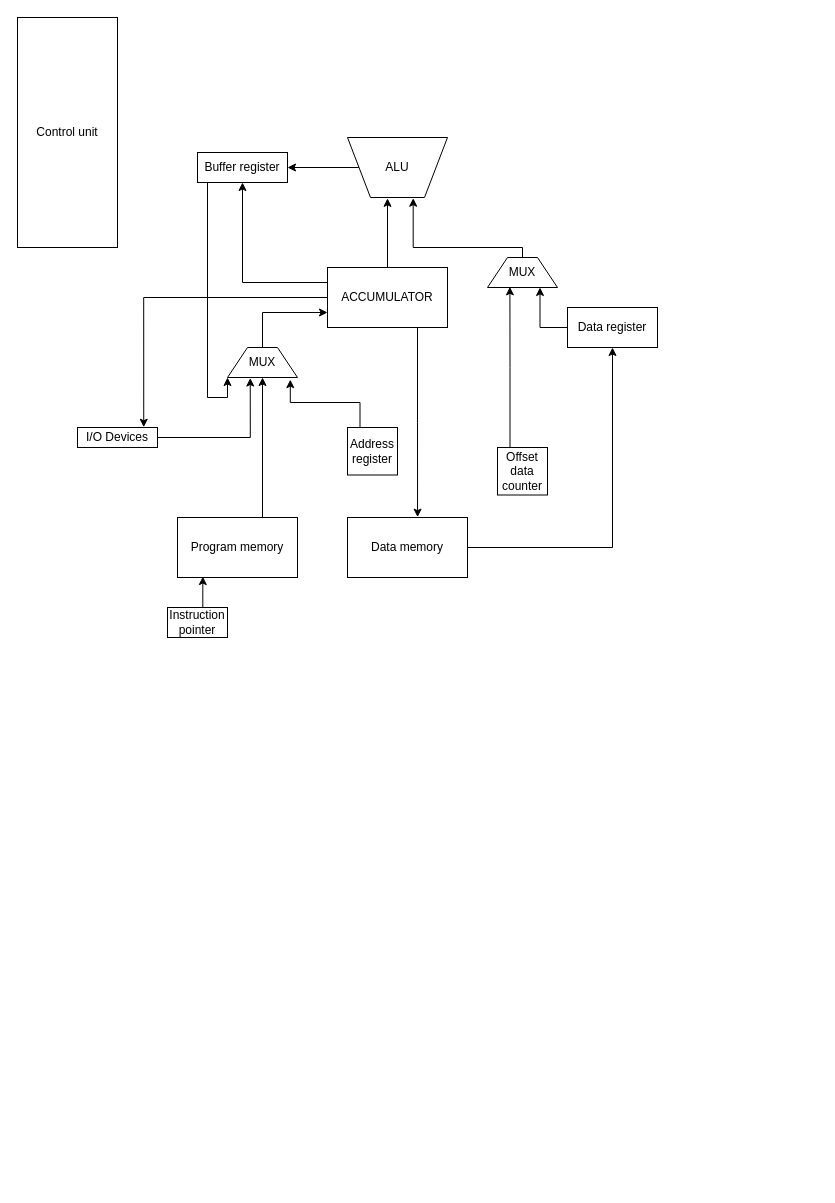
Before: DataPathModel.drawio in lubitelkvokk/csa_lab3, a draw.io diagram. Source tidied: cells renumbered, new cells numbered last; positions are measured from the earlier drawing's top-left corner, leaving out a move shared by most shapes. Both pictures are drawn from the tidied source at 100%, with x=0, y=0 at pixel (17, 17).
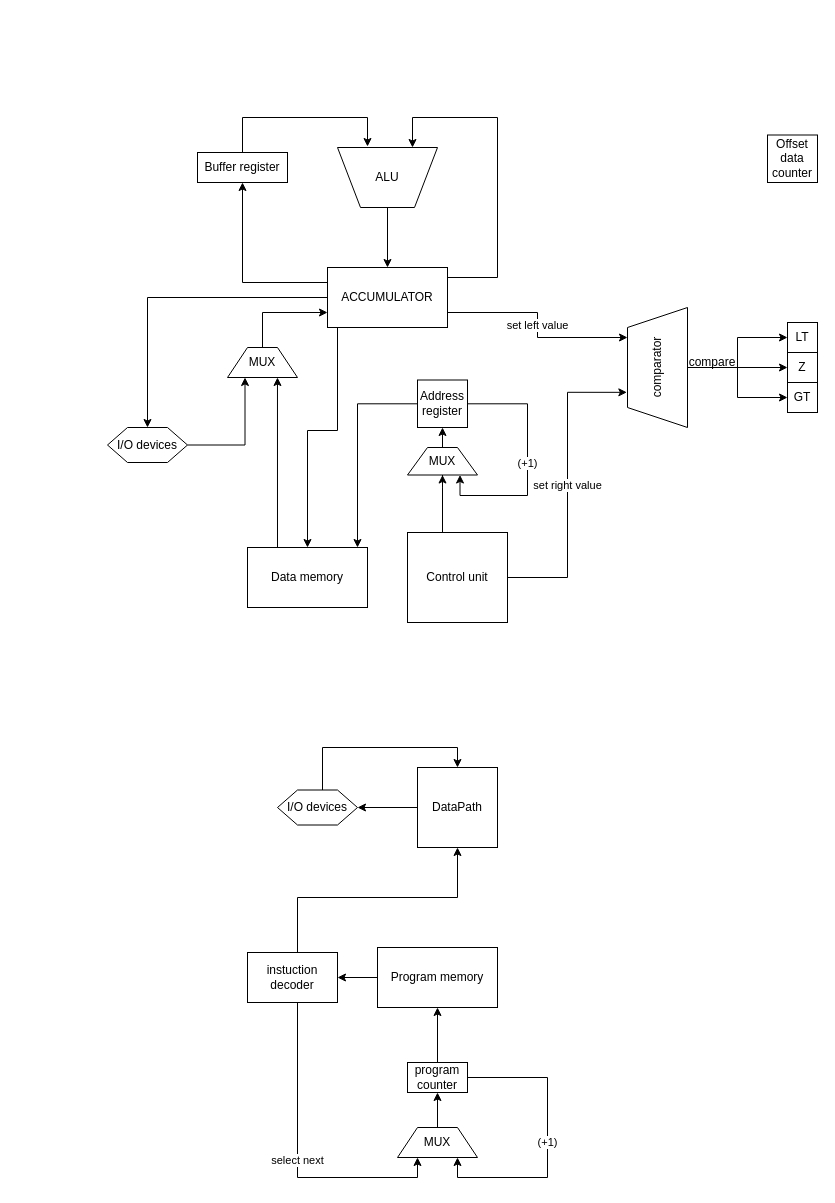
The same diagram, later.

Commit message (it also covers changes not shown here):
start of fully describing sequention latchings

Unchanged cells that the change refers to:
```xml
<mxCell id="3" value="ACCUMULATOR" style="rounded=0;whiteSpace=wrap;html=1;" parent="1" vertex="1">
  <mxGeometry x="310" y="250" width="120" height="60" as="geometry" />
</mxCell>
<mxCell id="14" value="MUX" style="shape=trapezoid;perimeter=trapezoidPerimeter;whiteSpace=wrap;html=1;fixedSize=1;" parent="1" vertex="1">
  <mxGeometry x="210" y="330" width="70" height="30" as="geometry" />
</mxCell>
<mxCell id="17" value="Buffer register" style="rounded=0;whiteSpace=wrap;html=1;" parent="1" vertex="1">
  <mxGeometry x="180" y="135" width="90" height="30" as="geometry" />
</mxCell>
```

Change to the diagram source:
```diff
@@
+    <mxCell id="22" style="edgeStyle=orthogonalEdgeStyle;rounded=0;jettySize=auto;html=1;entryX=0.75;entryY=0;entryDx=0;entryDy=0;" parent="1" edge="1" source="3" target="6">
+      <mxGeometry relative="1" as="geometry">
+        <Array as="points">
+          <mxPoint x="480" y="260" />
+          <mxPoint x="480" y="100" />
+          <mxPoint x="395" y="100" />
+        </Array>
+      </mxGeometry>
+    </mxCell>
+    <mxCell id="30" value="set left value" style="edgeStyle=orthogonalEdgeStyle;rounded=0;jettySize=auto;html=1;exitX=1;exitY=0.75;exitDx=0;exitDy=0;entryX=0.75;entryY=0;entryDx=0;entryDy=0;" parent="1" edge="1" source="3" target="56">
+      <mxGeometry relative="1" as="geometry" />
+    </mxCell>
+    <mxCell id="31" style="edgeStyle=orthogonalEdgeStyle;rounded=0;jettySize=auto;html=1;entryX=0.5;entryY=0;entryDx=0;entryDy=0;" parent="1" edge="1" source="3" target="62">
+      <mxGeometry relative="1" as="geometry" />
+    </mxCell>
@@
+    <mxCell id="32" value="(+1)" style="edgeStyle=orthogonalEdgeStyle;rounded=0;jettySize=auto;html=1;entryX=0.75;entryY=1;entryDx=0;entryDy=0;" parent="1" edge="1" source="4" target="41">
+      <mxGeometry relative="1" as="geometry">
+        <Array as="points">
+          <mxPoint x="530" y="1060" />
+          <mxPoint x="530" y="1160" />
+          <mxPoint x="440" y="1160" />
+        </Array>
+      </mxGeometry>
+    </mxCell>
+    <mxCell id="18" style="edgeStyle=orthogonalEdgeStyle;rounded=0;jettySize=auto;html=1;entryX=0.5;entryY=1;entryDx=0;entryDy=0;" parent="1" edge="1" source="4" target="8">
+      <mxGeometry relative="1" as="geometry" />
+    </mxCell>
-    <mxCell id="4" value="Instruction pointer" style="rounded=0;whiteSpace=wrap;html=1;" parent="1" vertex="1">
-      <mxGeometry x="150" y="590" width="60" height="30" as="geometry" />
+    <mxCell id="4" value="program counter" style="rounded=0;whiteSpace=wrap;html=1;" parent="1" vertex="1">
+      <mxGeometry x="390" y="1045" width="60" height="30" as="geometry" />
     </mxCell>
-    <mxCell id="5" style="edgeStyle=orthogonalEdgeStyle;rounded=0;jettySize=auto;html=1;exitX=0;exitY=0.5;exitDx=0;exitDy=0;entryX=1;entryY=0.5;entryDx=0;entryDy=0;" parent="1" edge="1" source="6" target="17">
-      <mxGeometry relative="1" as="geometry" />
-    </mxCell>
+    <mxCell id="33" style="edgeStyle=orthogonalEdgeStyle;rounded=0;jettySize=auto;html=1;entryX=0.5;entryY=0;entryDx=0;entryDy=0;" parent="1" edge="1" source="6" target="3">
+      <mxGeometry relative="1" as="geometry" />
+    </mxCell>
     <mxCell id="6" value="ALU" style="verticalLabelPosition=middle;verticalAlign=middle;html=1;shape=trapezoid;perimeter=trapezoidPerimeter;whiteSpace=wrap;size=0.23;arcSize=10;flipV=1;labelPosition=center;align=center;" parent="1" vertex="1">
-      <mxGeometry x="330" y="120" width="100" height="60" as="geometry" />
+      <mxGeometry x="320" y="130" width="100" height="60" as="geometry" />
     </mxCell>
-    <mxCell id="7" style="edgeStyle=orthogonalEdgeStyle;rounded=0;jettySize=auto;html=1;exitX=0.75;exitY=0;exitDx=0;exitDy=0;entryX=0.5;entryY=1;entryDx=0;entryDy=0;" parent="1" edge="1" source="8" target="14">
-      <mxGeometry relative="1" as="geometry">
-        <Array as="points">
-          <mxPoint x="245" y="500" />
-        </Array>
-      </mxGeometry>
-    </mxCell>
+    <mxCell id="34" style="edgeStyle=orthogonalEdgeStyle;rounded=0;jettySize=auto;html=1;entryX=1;entryY=0.5;entryDx=0;entryDy=0;" parent="1" edge="1" source="8" target="44">
+      <mxGeometry relative="1" as="geometry" />
+    </mxCell>
     <mxCell id="8" value="Program memory" style="rounded=0;whiteSpace=wrap;html=1;" parent="1" vertex="1">
-      <mxGeometry x="160" y="500" width="120" height="60" as="geometry" />
+      <mxGeometry x="360" y="930" width="120" height="60" as="geometry" />
     </mxCell>
-    <mxCell id="9" style="edgeStyle=orthogonalEdgeStyle;rounded=0;jettySize=auto;html=1;exitX=1;exitY=0.5;exitDx=0;exitDy=0;entryX=0.5;entryY=1;entryDx=0;entryDy=0;" parent="1" edge="1" source="10" target="25">
-      <mxGeometry relative="1" as="geometry" />
-    </mxCell>
     <mxCell id="10" value="Data memory" style="rounded=0;whiteSpace=wrap;html=1;" parent="1" vertex="1">
-      <mxGeometry x="330" y="500" width="120" height="60" as="geometry" />
+      <mxGeometry x="230" y="530" width="120" height="60" as="geometry" />
     </mxCell>
-    <mxCell id="11" value="I/O Devices" style="rounded=0;whiteSpace=wrap;html=1;" parent="1" vertex="1">
-      <mxGeometry x="60" y="410" width="80" height="20" as="geometry" />
-    </mxCell>
+    <mxCell id="35" style="edgeStyle=orthogonalEdgeStyle;rounded=0;jettySize=auto;html=1;entryX=0.5;entryY=1;entryDx=0;entryDy=0;" parent="1" edge="1" source="51" target="21">
+      <mxGeometry relative="1" as="geometry">
+        <Array as="points">
+          <mxPoint x="425" y="470" />
+        </Array>
+      </mxGeometry>
+    </mxCell>
     <mxCell id="12" value="Control unit" style="rounded=0;whiteSpace=wrap;html=1;" parent="1" vertex="1">
-      <mxGeometry width="100" height="230" as="geometry" />
+      <mxGeometry x="390" y="515" width="100" height="90" as="geometry" />
     </mxCell>
@@
-    <mxCell id="15" style="edgeStyle=orthogonalEdgeStyle;rounded=0;jettySize=auto;html=1;exitX=1;exitY=0.5;exitDx=0;exitDy=0;entryX=0.325;entryY=1.017;entryDx=0;entryDy=0;entryPerimeter=0;" parent="1" edge="1" source="11" target="14">
-      <mxGeometry relative="1" as="geometry" />
-    </mxCell>
-    <mxCell id="16" style="edgeStyle=orthogonalEdgeStyle;rounded=0;jettySize=auto;html=1;exitX=0.25;exitY=1;exitDx=0;exitDy=0;entryX=0;entryY=1;entryDx=0;entryDy=0;" parent="1" edge="1" source="17" target="14">
-      <mxGeometry relative="1" as="geometry">
-        <Array as="points">
-          <mxPoint x="190" y="165" />
-          <mxPoint x="190" y="380" />
-          <mxPoint x="210" y="380" />
-        </Array>
-      </mxGeometry>
-    </mxCell>
@@
-    <mxCell id="18" style="edgeStyle=orthogonalEdgeStyle;rounded=0;jettySize=auto;html=1;exitX=0.5;exitY=0;exitDx=0;exitDy=0;entryX=0.211;entryY=0.984;entryDx=0;entryDy=0;entryPerimeter=0;" parent="1" edge="1" source="4" target="8">
-      <mxGeometry relative="1" as="geometry" />
-    </mxCell>
     <mxCell id="19" value="Offset data counter" style="rounded=0;whiteSpace=wrap;html=1;" parent="1" vertex="1">
-      <mxGeometry x="480" y="430" width="50" height="47.5" as="geometry" />
+      <mxGeometry x="750" y="117.5" width="50" height="47.5" as="geometry" />
     </mxCell>
-    <mxCell id="20" style="edgeStyle=orthogonalEdgeStyle;rounded=0;jettySize=auto;html=1;entryX=0.828;entryY=-0.014;entryDx=0;entryDy=0;entryPerimeter=0;" parent="1" edge="1" source="3" target="11">
-      <mxGeometry relative="1" as="geometry" />
-    </mxCell>
+    <mxCell id="36" style="edgeStyle=orthogonalEdgeStyle;rounded=0;jettySize=auto;html=1;" parent="1" edge="1" source="21" target="10">
+      <mxGeometry relative="1" as="geometry">
+        <Array as="points">
+          <mxPoint x="340" y="386" />
+        </Array>
+      </mxGeometry>
+    </mxCell>
+    <mxCell id="37" value="(+1)" style="edgeStyle=orthogonalEdgeStyle;rounded=0;jettySize=auto;html=1;entryX=0.75;entryY=1;entryDx=0;entryDy=0;" parent="1" edge="1" source="21" target="51">
+      <mxGeometry relative="1" as="geometry">
+        <Array as="points">
+          <mxPoint x="510" y="386" />
+          <mxPoint x="510" y="478" />
+          <mxPoint x="442" y="478" />
+        </Array>
+      </mxGeometry>
+    </mxCell>
     <mxCell id="21" value="Address register" style="rounded=0;whiteSpace=wrap;html=1;" parent="1" vertex="1">
-      <mxGeometry x="330" y="410" width="50" height="47.5" as="geometry" />
+      <mxGeometry x="400" y="362.5" width="50" height="47.5" as="geometry" />
     </mxCell>
-    <mxCell id="22" style="edgeStyle=orthogonalEdgeStyle;rounded=0;jettySize=auto;html=1;entryX=0.4;entryY=-0.014;entryDx=0;entryDy=0;entryPerimeter=0;" parent="1" edge="1" source="3" target="6">
-      <mxGeometry relative="1" as="geometry" />
-    </mxCell>
-    <mxCell id="23" value="MUX" style="shape=trapezoid;perimeter=trapezoidPerimeter;whiteSpace=wrap;html=1;fixedSize=1;" parent="1" vertex="1">
-      <mxGeometry x="470" y="240" width="70" height="30" as="geometry" />
-    </mxCell>
-    <mxCell id="24" style="edgeStyle=orthogonalEdgeStyle;rounded=0;jettySize=auto;html=1;exitX=0;exitY=0.5;exitDx=0;exitDy=0;entryX=0.75;entryY=1;entryDx=0;entryDy=0;" parent="1" edge="1" source="25" target="23">
-      <mxGeometry relative="1" as="geometry" />
-    </mxCell>
-    <mxCell id="25" value="Data register" style="rounded=0;whiteSpace=wrap;html=1;" parent="1" vertex="1">
-      <mxGeometry x="550" y="290" width="90" height="40" as="geometry" />
-    </mxCell>
-    <mxCell id="26" style="edgeStyle=orthogonalEdgeStyle;rounded=0;jettySize=auto;html=1;exitX=0.25;exitY=0;exitDx=0;exitDy=0;entryX=0.32;entryY=0.979;entryDx=0;entryDy=0;entryPerimeter=0;" parent="1" edge="1" source="19" target="23">
-      <mxGeometry relative="1" as="geometry" />
-    </mxCell>
-    <mxCell id="27" style="edgeStyle=orthogonalEdgeStyle;rounded=0;jettySize=auto;html=1;exitX=0.25;exitY=0;exitDx=0;exitDy=0;entryX=0.897;entryY=1.072;entryDx=0;entryDy=0;entryPerimeter=0;" parent="1" edge="1" source="21" target="14">
-      <mxGeometry relative="1" as="geometry" />
-    </mxCell>
-    <mxCell id="28" style="edgeStyle=orthogonalEdgeStyle;rounded=0;jettySize=auto;html=1;exitX=0.75;exitY=1;exitDx=0;exitDy=0;entryX=0.584;entryY=-0.006;entryDx=0;entryDy=0;entryPerimeter=0;" parent="1" edge="1" source="3" target="10">
-      <mxGeometry relative="1" as="geometry" />
+    <mxCell id="28" style="edgeStyle=orthogonalEdgeStyle;rounded=0;jettySize=auto;html=1;exitX=0.75;exitY=1;exitDx=0;exitDy=0;" parent="1" edge="1" source="3">
+      <mxGeometry relative="1" as="geometry">
+        <mxPoint x="290" y="530" as="targetPoint" />
+        <Array as="points">
+          <mxPoint x="320" y="310" />
+          <mxPoint x="320" y="413" />
+          <mxPoint x="290" y="413" />
+          <mxPoint x="290" y="530" />
+        </Array>
+      </mxGeometry>
     </mxCell>
-    <mxCell id="29" style="edgeStyle=orthogonalEdgeStyle;rounded=0;jettySize=auto;html=1;entryX=0.657;entryY=-0.012;entryDx=0;entryDy=0;entryPerimeter=0;" parent="1" edge="1" source="23" target="6">
-      <mxGeometry relative="1" as="geometry">
-        <Array as="points">
-          <mxPoint x="505" y="230" />
-          <mxPoint x="396" y="230" />
-        </Array>
-      </mxGeometry>
-    </mxCell>
+    <mxCell id="38" style="edgeStyle=orthogonalEdgeStyle;rounded=0;jettySize=auto;html=1;entryX=1;entryY=0.5;entryDx=0;entryDy=0;" parent="1" edge="1" source="39" target="46">
+      <mxGeometry relative="1" as="geometry" />
+    </mxCell>
+    <mxCell id="39" value="DataPath" style="whiteSpace=wrap;html=1;" parent="1" vertex="1">
+      <mxGeometry x="400" y="750" width="80" height="80" as="geometry" />
+    </mxCell>
+    <mxCell id="40" style="edgeStyle=orthogonalEdgeStyle;rounded=0;jettySize=auto;html=1;entryX=0.5;entryY=1;entryDx=0;entryDy=0;" parent="1" edge="1" source="41" target="4">
+      <mxGeometry relative="1" as="geometry" />
+    </mxCell>
+    <mxCell id="41" value="MUX" style="shape=trapezoid;perimeter=trapezoidPerimeter;whiteSpace=wrap;html=1;fixedSize=1;" parent="1" vertex="1">
+      <mxGeometry x="380" y="1110" width="80" height="30" as="geometry" />
+    </mxCell>
+    <mxCell id="42" style="edgeStyle=orthogonalEdgeStyle;rounded=0;jettySize=auto;html=1;entryX=0.5;entryY=1;entryDx=0;entryDy=0;" parent="1" edge="1" source="44" target="39">
+      <mxGeometry relative="1" as="geometry">
+        <Array as="points">
+          <mxPoint x="280" y="880" />
+          <mxPoint x="440" y="880" />
+        </Array>
+      </mxGeometry>
+    </mxCell>
+    <mxCell id="43" value="select next" style="edgeStyle=orthogonalEdgeStyle;rounded=0;jettySize=auto;html=1;entryX=0.25;entryY=1;entryDx=0;entryDy=0;" parent="1" edge="1" source="44" target="41">
+      <mxGeometry relative="1" as="geometry">
+        <Array as="points">
+          <mxPoint x="280" y="1160" />
+          <mxPoint x="400" y="1160" />
+        </Array>
+      </mxGeometry>
+    </mxCell>
+    <mxCell id="44" value="instuction decoder" style="rounded=0;whiteSpace=wrap;html=1;" parent="1" vertex="1">
+      <mxGeometry x="230" y="935" width="90" height="50" as="geometry" />
+    </mxCell>
+    <mxCell id="45" style="edgeStyle=orthogonalEdgeStyle;rounded=0;jettySize=auto;html=1;entryX=0.5;entryY=0;entryDx=0;entryDy=0;" parent="1" edge="1" source="46" target="39">
+      <mxGeometry relative="1" as="geometry">
+        <Array as="points">
+          <mxPoint x="305" y="730" />
+          <mxPoint x="440" y="730" />
+        </Array>
+      </mxGeometry>
+    </mxCell>
+    <mxCell id="46" value="I/O devices" style="shape=hexagon;perimeter=hexagonPerimeter2;whiteSpace=wrap;html=1;fixedSize=1;" parent="1" vertex="1">
+      <mxGeometry x="260" y="772.5" width="80" height="35" as="geometry" />
+    </mxCell>
+    <mxCell id="47" style="edgeStyle=orthogonalEdgeStyle;rounded=0;orthogonalLoop=1;jettySize=auto;html=1;exitX=0.5;exitY=1;exitDx=0;exitDy=0;" parent="1" edge="1" source="12" target="12">
+      <mxGeometry relative="1" as="geometry" />
+    </mxCell>
+    <mxCell id="48" style="edgeStyle=orthogonalEdgeStyle;rounded=0;jettySize=auto;html=1;" parent="1" edge="1" source="17">
+      <mxGeometry relative="1" as="geometry">
+        <mxPoint x="350" y="129" as="targetPoint" />
+        <Array as="points">
+          <mxPoint x="225" y="100" />
+          <mxPoint x="350" y="100" />
+          <mxPoint x="350" y="129" />
+        </Array>
+      </mxGeometry>
+    </mxCell>
+    <mxCell id="49" style="edgeStyle=orthogonalEdgeStyle;rounded=0;jettySize=auto;html=1;exitX=0.25;exitY=0;exitDx=0;exitDy=0;entryX=0.714;entryY=1;entryDx=0;entryDy=0;entryPerimeter=0;" parent="1" edge="1" source="10" target="14">
+      <mxGeometry relative="1" as="geometry" />
+    </mxCell>
+    <mxCell id="50" style="edgeStyle=orthogonalEdgeStyle;rounded=0;jettySize=auto;html=1;entryX=0.5;entryY=1;entryDx=0;entryDy=0;" parent="1" edge="1" source="12" target="51">
+      <mxGeometry relative="1" as="geometry">
+        <Array as="points">
+          <mxPoint x="425" y="470" />
+        </Array>
+      </mxGeometry>
+    </mxCell>
+    <mxCell id="51" value="MUX" style="shape=trapezoid;perimeter=trapezoidPerimeter;whiteSpace=wrap;html=1;fixedSize=1;" parent="1" vertex="1">
+      <mxGeometry x="390" y="430" width="70" height="27.5" as="geometry" />
+    </mxCell>
+    <mxCell id="52" value="set right value" style="edgeStyle=orthogonalEdgeStyle;rounded=0;jettySize=auto;html=1;entryX=0.293;entryY=-0.011;entryDx=0;entryDy=0;entryPerimeter=0;" parent="1" edge="1" source="12" target="56">
+      <mxGeometry relative="1" as="geometry" />
+    </mxCell>
+    <mxCell id="53" style="edgeStyle=orthogonalEdgeStyle;rounded=0;jettySize=auto;html=1;entryX=0;entryY=0.5;entryDx=0;entryDy=0;" parent="1" edge="1" source="56" target="59">
+      <mxGeometry relative="1" as="geometry" />
+    </mxCell>
+    <mxCell id="54" style="edgeStyle=orthogonalEdgeStyle;rounded=0;jettySize=auto;html=1;entryX=0;entryY=0.5;entryDx=0;entryDy=0;" parent="1" edge="1" source="56" target="57">
+      <mxGeometry relative="1" as="geometry" />
+    </mxCell>
+    <mxCell id="55" style="edgeStyle=orthogonalEdgeStyle;rounded=0;jettySize=auto;html=1;entryX=0;entryY=0.5;entryDx=0;entryDy=0;" parent="1" edge="1" source="56" target="58">
+      <mxGeometry relative="1" as="geometry" />
+    </mxCell>
+    <mxCell id="56" value="comparator" style="shape=trapezoid;perimeter=trapezoidPerimeter;whiteSpace=wrap;html=1;fixedSize=1;rotation=-90;" parent="1" vertex="1">
+      <mxGeometry x="580" y="320" width="120" height="60" as="geometry" />
+    </mxCell>
+    <mxCell id="57" value="Z" style="whiteSpace=wrap;html=1;" parent="1" vertex="1">
+      <mxGeometry x="770" y="335" width="30" height="30" as="geometry" />
+    </mxCell>
+    <mxCell id="58" value="GT" style="whiteSpace=wrap;html=1;" parent="1" vertex="1">
+      <mxGeometry x="770" y="365" width="30" height="30" as="geometry" />
+    </mxCell>
+    <mxCell id="59" value="LT" style="whiteSpace=wrap;html=1;" parent="1" vertex="1">
+      <mxGeometry x="770" y="305" width="30" height="30" as="geometry" />
+    </mxCell>
+    <mxCell id="60" value="compare" style="text;html=1;align=center;verticalAlign=middle;whiteSpace=wrap;rounded=0;" parent="1" vertex="1">
+      <mxGeometry x="670" y="330" width="50" height="30" as="geometry" />
+    </mxCell>
+    <mxCell id="61" style="edgeStyle=orthogonalEdgeStyle;rounded=0;jettySize=auto;html=1;entryX=0.25;entryY=1;entryDx=0;entryDy=0;" parent="1" edge="1" source="62" target="14">
+      <mxGeometry relative="1" as="geometry" />
+    </mxCell>
+    <mxCell id="62" value="I/O devices" style="shape=hexagon;perimeter=hexagonPerimeter2;whiteSpace=wrap;html=1;fixedSize=1;" parent="1" vertex="1">
+      <mxGeometry x="90" y="410" width="80" height="35" as="geometry" />
+    </mxCell>
```
